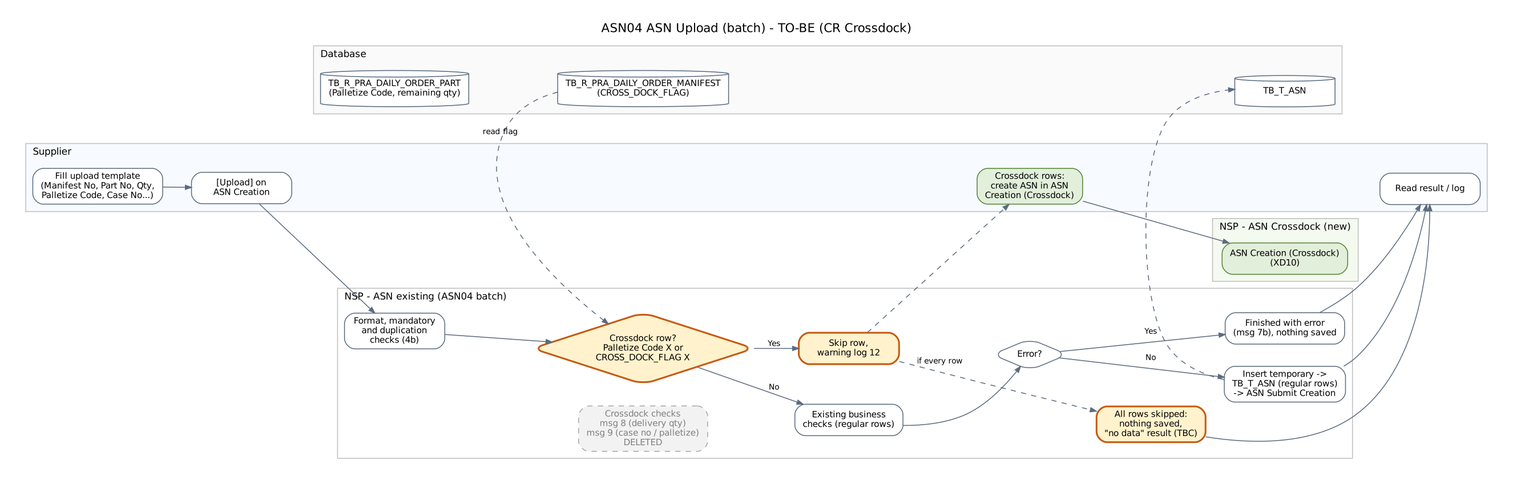
Before: deliverables/asn_existing/flow_img/asn04_to_be.png, a diagram exported from Graphviz (ivanrayhannn/crossdockpoc). Its source is kept beside it as deliverables/asn_existing/flow_img/asn04_to_be.dot.
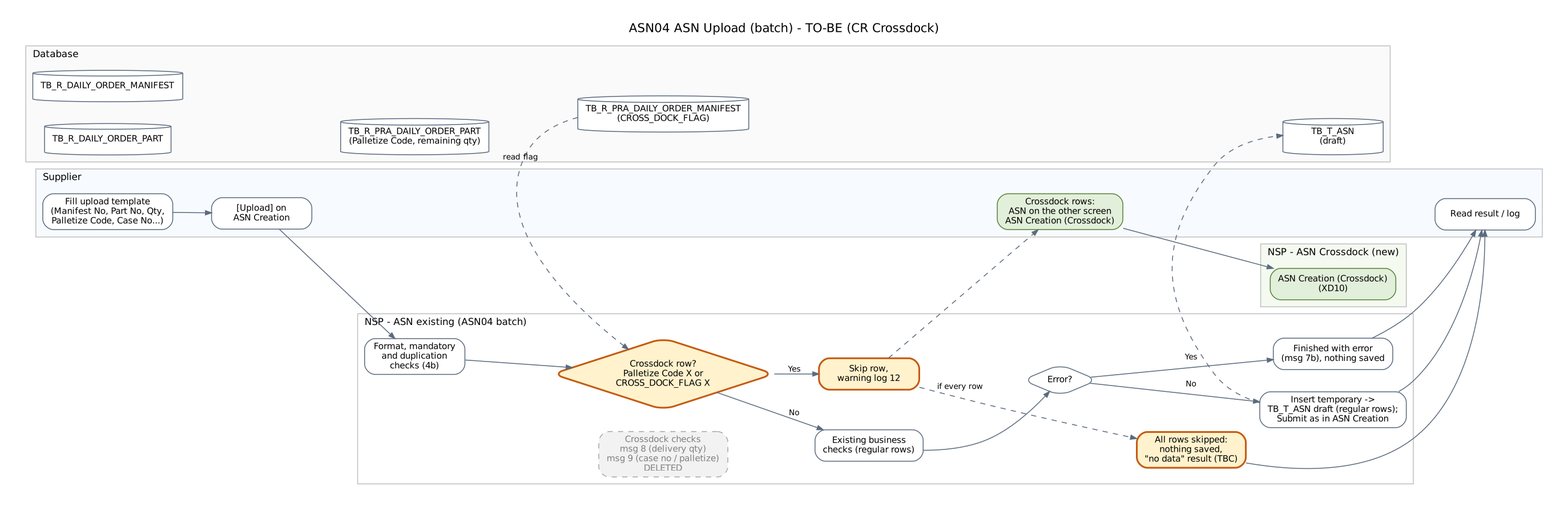
After the change.

The edit, as a diff of the source:
```diff
@@ -6,7 +6,7 @@
     s1 [label="Fill upload template\n(Manifest No, Part No, Qty,\nPalletize Code, Case No...)"];
     s2 [label="[Upload] on\nASN Creation"];
     s3 [label="Read result / log"];
-    s4 [label="Crossdock rows:\ncreate ASN in ASN\nCreation (Crossdock)", fillcolor="#E2EFDA" color="#548235"];
+    s4 [label="Crossdock rows:\nASN on the other screen\nASN Creation (Crossdock)", fillcolor="#E2EFDA" color="#548235"];
   }
   subgraph cluster_nsp { label="NSP - ASN existing (ASN04 batch)"; style="filled"; fillcolor="#FFFFFF"; color="#BFBFBF"; fontsize=11; labeljust=l;
     b1 [label="Format, mandatory\nand duplication\nchecks (4b)"];
@@ -16,7 +16,7 @@
     b5 [label="Existing business\nchecks (regular rows)"];
     b6 [label="Error?", shape=diamond, width=1.2];
     b7 [label="Finished with error\n(msg 7b), nothing saved"];
-    b8 [label="Insert temporary ->\nTB_T_ASN (regular rows)\n-> ASN Submit Creation"];
+    b8 [label="Insert temporary ->\nTB_T_ASN draft (regular rows);\nSubmit as in ASN Creation"];
     b9 [label="All rows skipped:\nnothing saved,\n\"no data\" result (TBC)", fillcolor="#FFF2CC" color="#C55A11" penwidth=2];
   }
   subgraph cluster_xd { label="NSP - ASN Crossdock (new)"; style="filled"; fillcolor="#F4FAF0"; color="#BFBFBF"; fontsize=11; labeljust=l;
@@ -25,7 +25,9 @@
   subgraph cluster_db { label="Database"; style="filled"; fillcolor="#FAFAFA"; color="#BFBFBF"; fontsize=11; labeljust=l;
     db_pm [shape=cylinder, label="TB_R_PRA_DAILY_ORDER_MANIFEST\n(CROSS_DOCK_FLAG)"];
     db_pp [shape=cylinder, label="TB_R_PRA_DAILY_ORDER_PART\n(Palletize Code, remaining qty)"];
-    db_asn [shape=cylinder, label="TB_T_ASN"];
+    db_asn [shape=cylinder, label="TB_T_ASN\n(draft)"];
+    db_dm [shape=cylinder, label="TB_R_DAILY_ORDER_MANIFEST"];
+    db_dp [shape=cylinder, label="TB_R_DAILY_ORDER_PART"];
   }
   s1 -> s2 -> b1 -> b2;
   b2 -> b3 [label="Yes"]; b2 -> b5 [label="No"]; b3 -> b9 [style=dashed, label="if every row"];
```
